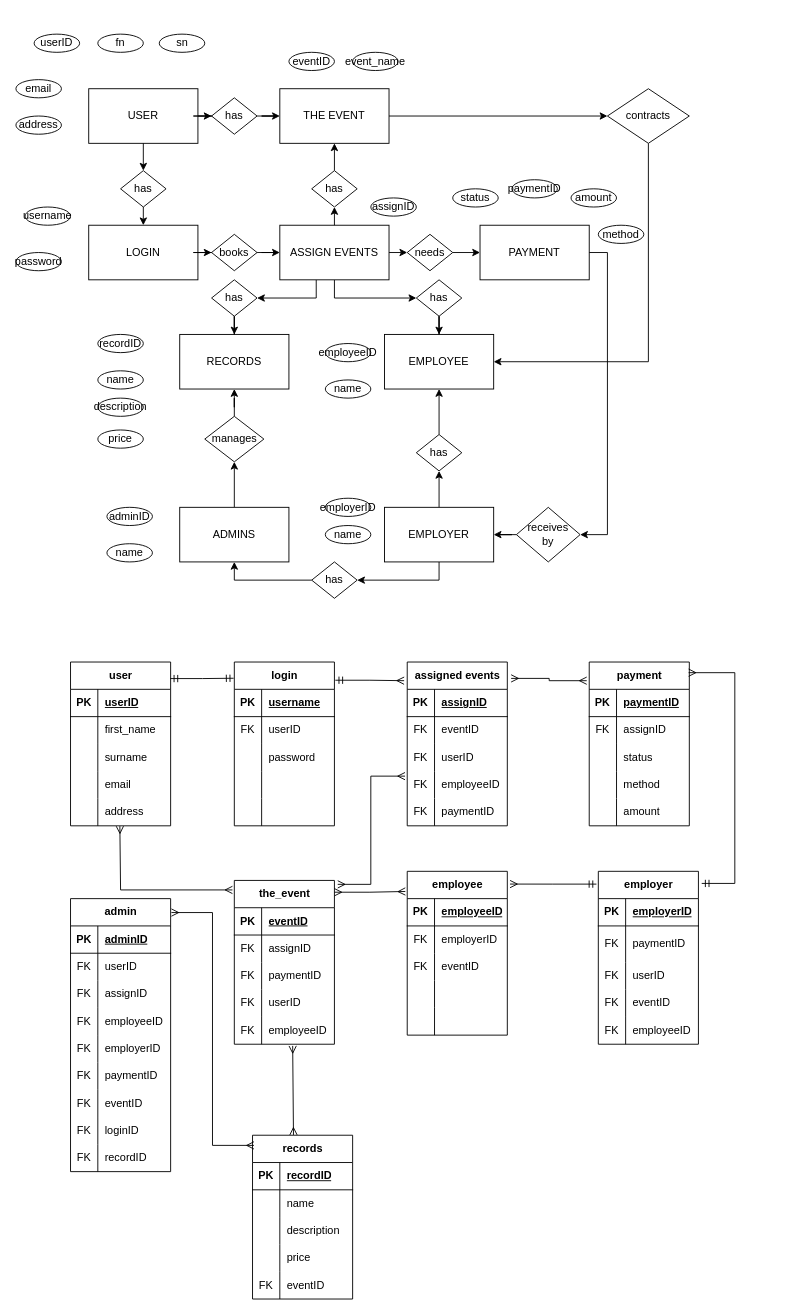
This is data model group.drawio from julieeesy/data_modelling_workshop, a draw.io file, before an edit. Source tidied: cells renumbered, new cells numbered last; positions are measured from the earlier drawing's top-left corner, leaving out a move shared by most shapes. Both pictures are drawn from the tidied source at 91%, with x=0, y=0 at pixel (15, 34).
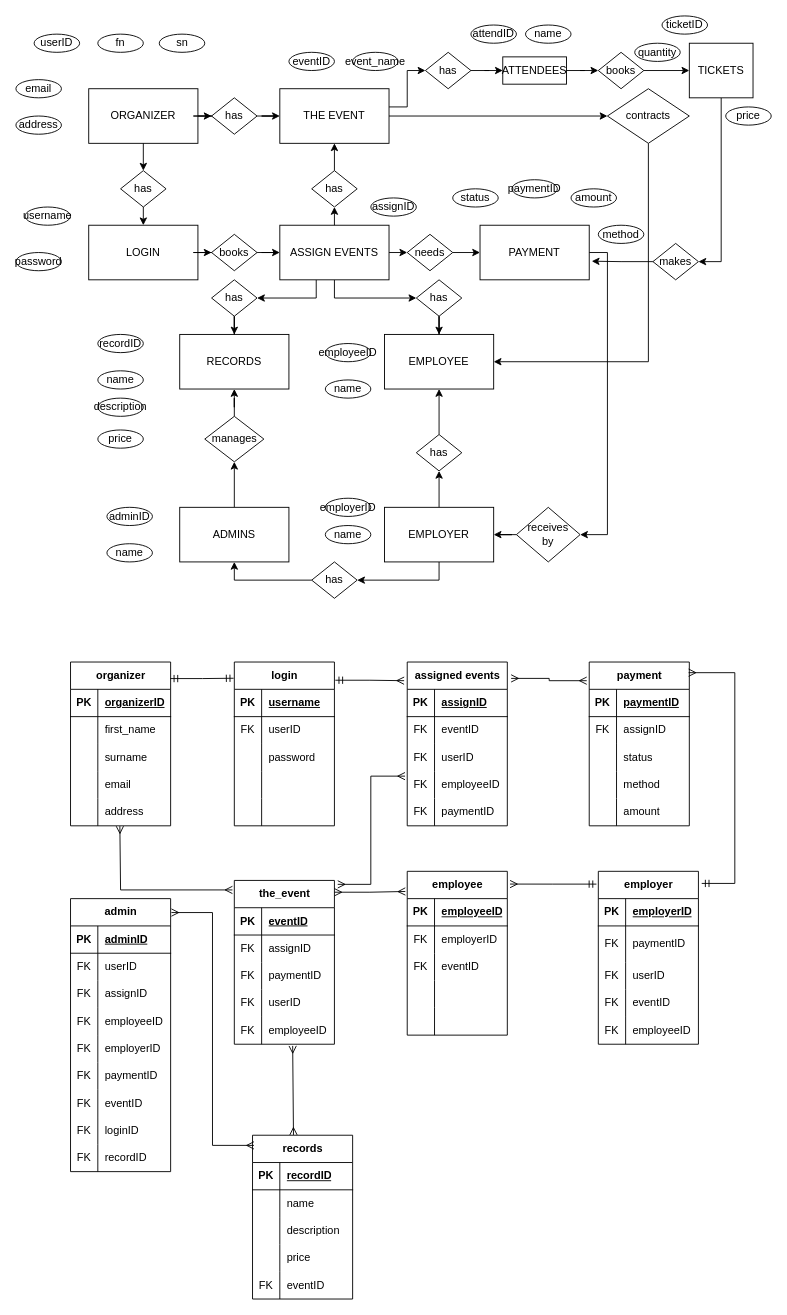
After the change.

Unchanged cells that the change refers to:
```xml
<mxCell id="16" value="THE EVENT" style="rounded=0;whiteSpace=wrap;html=1;" parent="1" vertex="1">
  <mxGeometry x="290" y="60" width="120" height="60" as="geometry" />
</mxCell>
<mxCell id="18" value="PAYMENT" style="rounded=0;whiteSpace=wrap;html=1;" parent="1" vertex="1">
  <mxGeometry x="510" y="210" width="120" height="60" as="geometry" />
</mxCell>
<mxCell id="71" style="shape=tableRow;horizontal=0;startSize=0;swimlaneHead=0;swimlaneBody=0;fillColor=none;top=0;left=0;right=0;bottom=1;" parent="70" vertex="1">
  <mxGeometry y="30" width="110" height="30" as="geometry" />
</mxCell>
```

Diff of the diagram source:
```diff
@@
-    <mxCell id="6" value="USER" style="rounded=0;whiteSpace=wrap;html=1;" parent="1" vertex="1">
+    <mxCell id="6" value="ORGANIZER" style="rounded=0;whiteSpace=wrap;html=1;" parent="1" vertex="1">
       <mxGeometry x="80" y="60" width="120" height="60" as="geometry" />
     </mxCell>
@@
+    <mxCell id="237" style="edgeStyle=orthogonalEdgeStyle;rounded=0;jettySize=auto;html=1;entryX=0;entryY=0.5;entryDx=0;entryDy=0;" parent="1" edge="1" source="16" target="243">
+      <mxGeometry relative="1" as="geometry">
+        <Array as="points">
+          <mxPoint x="430" y="80" />
+          <mxPoint x="430" y="40" />
+        </Array>
+      </mxGeometry>
+    </mxCell>
@@
-    <mxCell id="70" value="user" style="shape=table;startSize=30;childLayout=tableLayout;rowLines=0;fontStyle=1;align=center;html=1;" parent="1" vertex="1">
+    <mxCell id="70" value="organizer" style="shape=table;startSize=30;childLayout=tableLayout;rowLines=0;fontStyle=1;align=center;html=1;" parent="1" vertex="1">
       <mxGeometry x="60" y="690" width="110" height="180" as="geometry" />
     </mxCell>
@@
-    <mxCell id="73" value="userID" style="shape=partialRectangle;fillColor=none;top=0;left=0;bottom=0;right=0;align=left;spacingLeft=6;fontStyle=5;overflow=hidden;whiteSpace=wrap;html=1;" parent="71" vertex="1">
+    <mxCell id="73" value="organizerID" style="shape=partialRectangle;fillColor=none;top=0;left=0;bottom=0;right=0;align=left;spacingLeft=6;fontStyle=5;overflow=hidden;whiteSpace=wrap;html=1;" parent="71" vertex="1">
       <mxGeometry x="30" width="80" height="30" as="geometry" />
     </mxCell>
@@
+    <mxCell id="238" style="edgeStyle=orthogonalEdgeStyle;rounded=0;jettySize=auto;html=1;entryX=0;entryY=0.5;entryDx=0;entryDy=0;" parent="1" edge="1" source="245" target="241">
+      <mxGeometry relative="1" as="geometry" />
+    </mxCell>
+    <mxCell id="239" value="ATTENDEES" style="rounded=0;whiteSpace=wrap;html=1;" parent="1" vertex="1">
+      <mxGeometry x="535" y="25" width="70" height="30" as="geometry" />
+    </mxCell>
+    <mxCell id="240" style="edgeStyle=orthogonalEdgeStyle;rounded=0;jettySize=auto;html=1;entryX=1;entryY=0.5;entryDx=0;entryDy=0;" parent="1" edge="1" source="241" target="250">
+      <mxGeometry relative="1" as="geometry" />
+    </mxCell>
+    <mxCell id="241" value="TICKETS" style="rounded=0;whiteSpace=wrap;html=1;" parent="1" vertex="1">
+      <mxGeometry x="740" y="10" width="70" height="60" as="geometry" />
+    </mxCell>
+    <mxCell id="242" style="edgeStyle=orthogonalEdgeStyle;rounded=0;jettySize=auto;html=1;entryX=0;entryY=0.5;entryDx=0;entryDy=0;" parent="1" edge="1" source="243" target="239">
+      <mxGeometry relative="1" as="geometry" />
+    </mxCell>
+    <mxCell id="243" value="has" style="rhombus;whiteSpace=wrap;html=1;" parent="1" vertex="1">
+      <mxGeometry x="450" y="20" width="50" height="40" as="geometry" />
+    </mxCell>
+    <mxCell id="244" style="edgeStyle=orthogonalEdgeStyle;rounded=0;jettySize=auto;html=1;entryX=0;entryY=0.5;entryDx=0;entryDy=0;" parent="1" edge="1" source="239" target="245">
+      <mxGeometry relative="1" as="geometry" />
+    </mxCell>
+    <mxCell id="245" value="books" style="rhombus;whiteSpace=wrap;html=1;" parent="1" vertex="1">
+      <mxGeometry x="640" y="20" width="50" height="40" as="geometry" />
+    </mxCell>
+    <mxCell id="246" value="attendID" style="ellipse;whiteSpace=wrap;html=1;" parent="1" vertex="1">
+      <mxGeometry x="500" y="-10" width="50" height="20" as="geometry" />
+    </mxCell>
+    <mxCell id="247" value="name" style="ellipse;whiteSpace=wrap;html=1;" parent="1" vertex="1">
+      <mxGeometry x="560" y="-10" width="50" height="20" as="geometry" />
+    </mxCell>
+    <mxCell id="248" value="ticketID" style="ellipse;whiteSpace=wrap;html=1;" parent="1" vertex="1">
+      <mxGeometry x="710" y="-20" width="50" height="20" as="geometry" />
+    </mxCell>
+    <mxCell id="249" value="quantity" style="ellipse;whiteSpace=wrap;html=1;" parent="1" vertex="1">
+      <mxGeometry x="680" y="10" width="50" height="20" as="geometry" />
+    </mxCell>
+    <mxCell id="250" value="makes" style="rhombus;whiteSpace=wrap;html=1;" parent="1" vertex="1">
+      <mxGeometry x="700" y="230" width="50" height="40" as="geometry" />
+    </mxCell>
+    <mxCell id="251" style="edgeStyle=orthogonalEdgeStyle;rounded=0;jettySize=auto;html=1;entryX=1.023;entryY=0.659;entryDx=0;entryDy=0;entryPerimeter=0;" parent="1" edge="1" source="250" target="18">
+      <mxGeometry relative="1" as="geometry" />
+    </mxCell>
+    <mxCell id="252" value="price" style="ellipse;whiteSpace=wrap;html=1;" parent="1" vertex="1">
+      <mxGeometry x="780" y="80" width="50" height="20" as="geometry" />
+    </mxCell>
```
